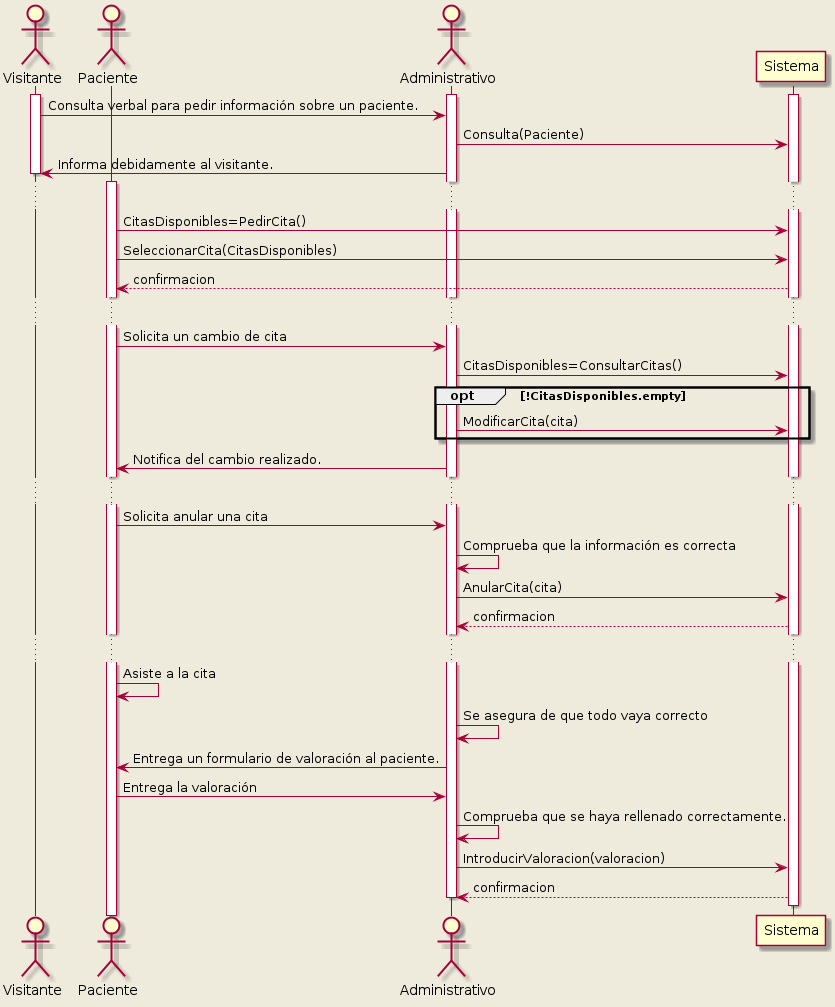
Before: P3/mostradorPacienteConsulta.png, a diagram exported from PlantUML (Ludvins/DGIIM_FIS).
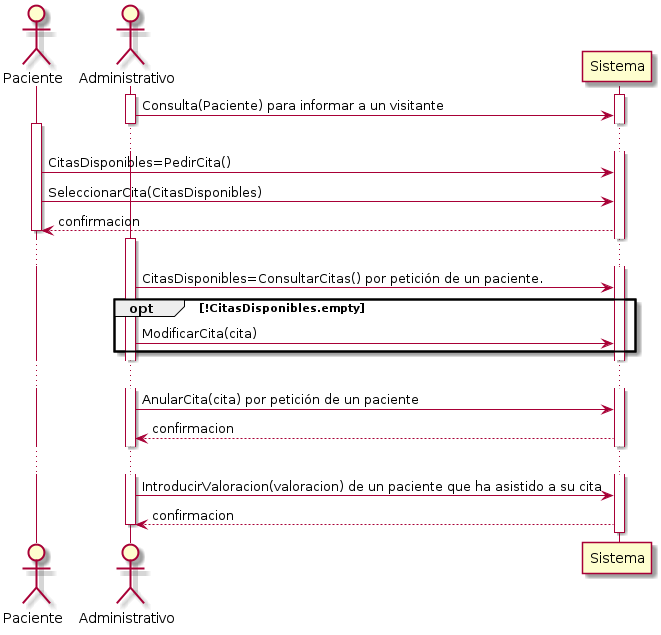
Above is the later version.

The edit, as a diff of the source:
```diff
@@ -1,55 +1,42 @@
 @startuml
 !pragma teoz true
-
-skinparam backgroundColor #EEEBDC
 
 
 
 
-actor Visitante as Visi
+
 actor Paciente as P
 actor Administrativo as Ad
 participant Sistema as Sis
 
 activate Sis
 activate Ad
-activate Visi
 
-Visi -> Ad : Consulta verbal para pedir información sobre un paciente.
-Ad -> Sis : Consulta(Paciente)
-Ad -> Visi : Informa debidamente al visitante.
-deactivate Visi
+Ad -> Sis : Consulta(Paciente) para informar a un visitante
 activate P
+deactivate Ad
 
 ...
 
 P -> Sis : CitasDisponibles=PedirCita()
 P -> Sis : SeleccionarCita(CitasDisponibles)
 Sis --> P : confirmacion
-
+deactivate P
+activate Ad
 ...
-P -> Ad : Solicita un cambio de cita
-Ad -> Sis : CitasDisponibles=ConsultarCitas()
+Ad -> Sis : CitasDisponibles=ConsultarCitas() por petición de un paciente.
 opt !CitasDisponibles.empty
   Ad -> Sis : ModificarCita(cita)
 end
-Ad -> P : Notifica del cambio realizado.
 
 ...
 
-P -> Ad : Solicita anular una cita
-Ad -> Ad : Comprueba que la información es correcta
-Ad -> Sis : AnularCita(cita)
+Ad -> Sis : AnularCita(cita) por petición de un paciente
 Sis --> Ad : confirmacion
 
 ...
 
-P -> P : Asiste a la cita
-Ad -> Ad : Se asegura de que todo vaya correcto
-Ad -> P : Entrega un formulario de valoración al paciente.
-P -> Ad : Entrega la valoración
-Ad -> Ad : Comprueba que se haya rellenado correctamente.
-Ad -> Sis : IntroducirValoracion(valoracion)
+Ad -> Sis : IntroducirValoracion(valoracion) de un paciente que ha asistido a su cita
 Sis --> Ad : confirmacion
 
 
```
